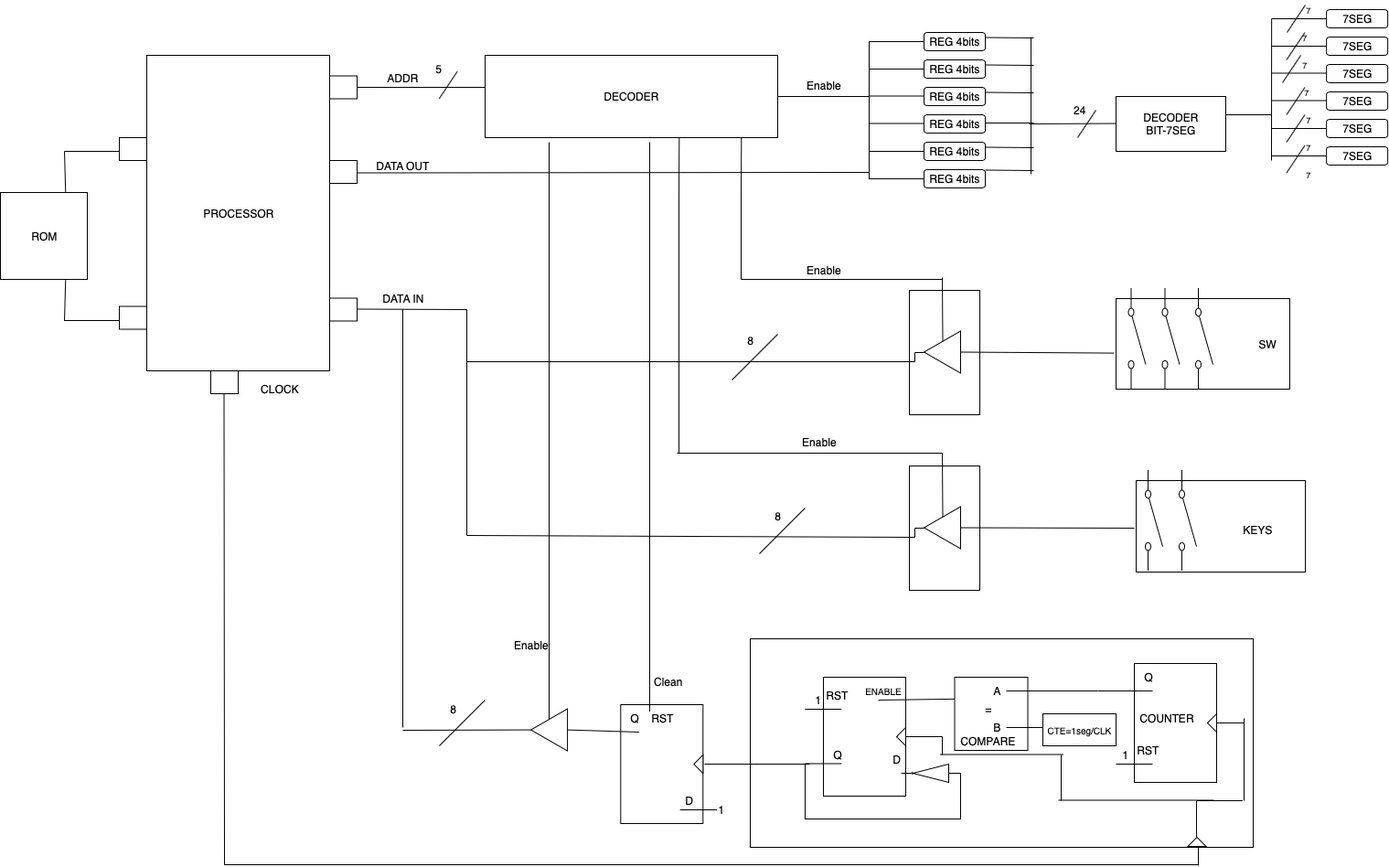
Above: imagens/io.png in decoejz/relogio_FPGA (draw.io), before the change. Source tidied: cells renumbered, new cells last; positions are measured from the earlier drawing's top-left corner, leaving out a move shared by most shapes.
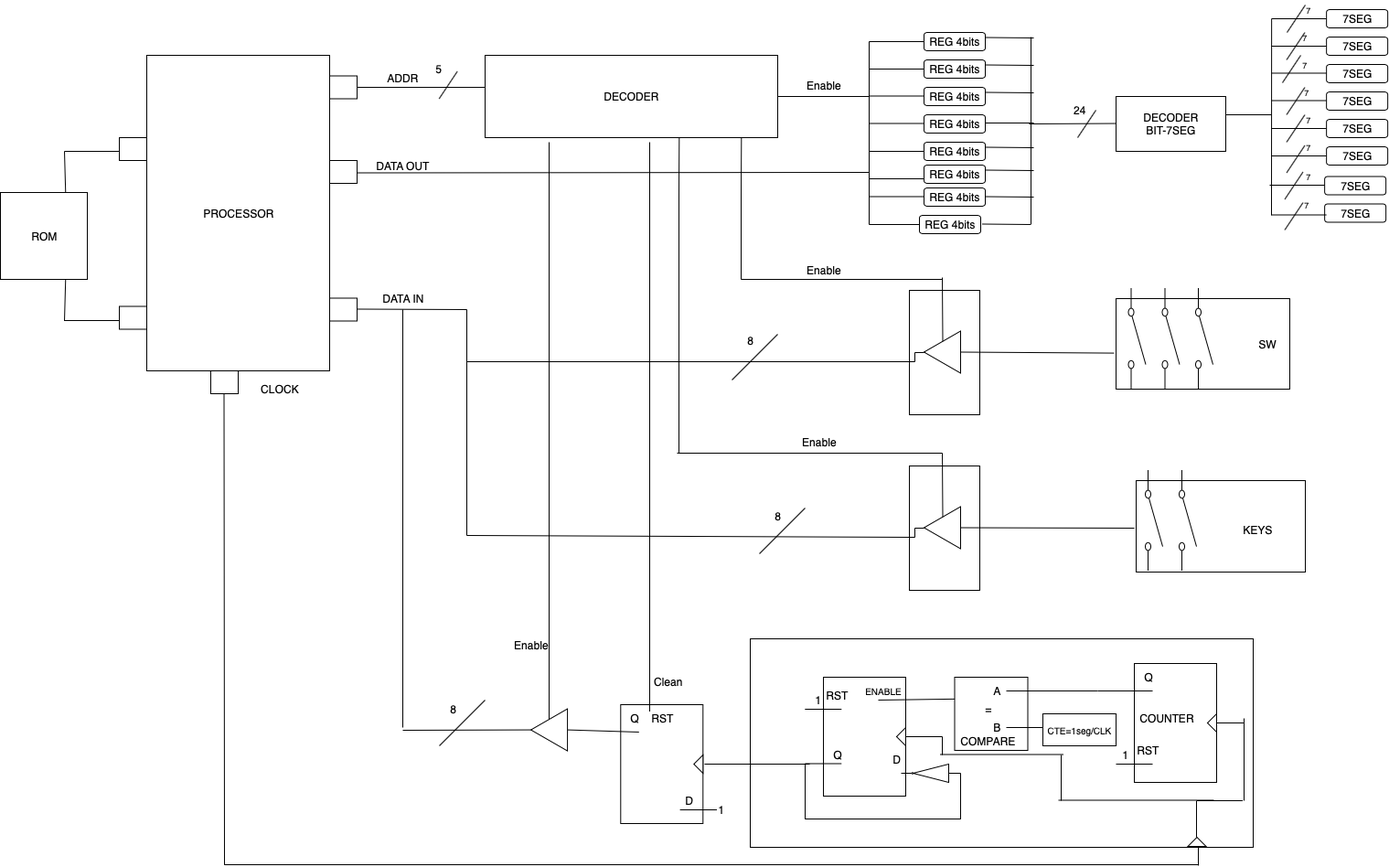
Later version of the same file.

What changed in the source:
```diff
@@ -24,7 +24,7 @@
       <mxGeometry x="1010" y="155" width="67" height="20" as="geometry" />
     </mxCell>
     <mxCell id="9" value="&lt;span style=&quot;white-space: normal&quot;&gt;REG 4bits&lt;/span&gt;" style="rounded=1;whiteSpace=wrap;html=1;fontFamily=Helvetica;" parent="1" vertex="1">
-      <mxGeometry x="1010" y="185" width="67" height="20" as="geometry" />
+      <mxGeometry x="1010" y="180" width="67" height="20" as="geometry" />
     </mxCell>
     <mxCell id="10" style="endArrow=none;html=1;fontFamily=Helvetica;exitX=1;exitY=0.5;exitDx=0;exitDy=0;" parent="1" edge="1" source="3">
       <mxGeometry relative="1" as="geometry">
@@ -33,7 +33,7 @@
     </mxCell>
     <mxCell id="11" style="endArrow=none;html=1;fontFamily=Helvetica;" parent="1" edge="1">
       <mxGeometry relative="1" as="geometry">
-        <mxPoint x="950" y="195.5" as="sourcePoint" />
+        <mxPoint x="950" y="245" as="sourcePoint" />
         <mxPoint x="950" y="45" as="targetPoint" />
       </mxGeometry>
     </mxCell>
@@ -75,7 +75,7 @@
     </mxCell>
     <mxCell id="18" style="endArrow=none;html=1;fontFamily=Helvetica;" parent="1" edge="1">
       <mxGeometry relative="1" as="geometry">
-        <mxPoint x="1127" y="190" as="sourcePoint" />
+        <mxPoint x="1127" y="245" as="sourcePoint" />
         <mxPoint x="1127" y="40" as="targetPoint" />
       </mxGeometry>
     </mxCell>
@@ -150,7 +150,7 @@
     </mxCell>
     <mxCell id="34" style="endArrow=none;html=1;fontFamily=Helvetica;" parent="1" edge="1">
       <mxGeometry relative="1" as="geometry">
-        <mxPoint x="1390" y="175" as="sourcePoint" />
+        <mxPoint x="1390" y="235" as="sourcePoint" />
         <mxPoint x="1390.1" y="20" as="targetPoint" />
       </mxGeometry>
     </mxCell>
@@ -428,9 +428,6 @@
     <mxCell id="93" value="&lt;font style=&quot;font-size: 9px&quot;&gt;7&lt;/font&gt;" style="text;html=1;strokeColor=none;fillColor=none;align=center;verticalAlign=middle;whiteSpace=wrap;rounded=0;fontFamily=Helvetica;" parent="1" vertex="1">
       <mxGeometry x="1410" y="150" width="40" height="20" as="geometry" />
     </mxCell>
-    <mxCell id="94" value="&lt;font style=&quot;font-size: 9px&quot;&gt;7&lt;/font&gt;" style="text;html=1;strokeColor=none;fillColor=none;align=center;verticalAlign=middle;whiteSpace=wrap;rounded=0;fontFamily=Helvetica;" parent="1" vertex="1">
-      <mxGeometry x="1410" y="180" width="40" height="20" as="geometry" />
-    </mxCell>
     <mxCell id="95" style="rounded=0;whiteSpace=wrap;html=1;fontFamily=Helvetica;" parent="1" vertex="1">
       <mxGeometry x="1240" y="725" width="90" height="130" as="geometry" />
     </mxCell>
@@ -775,5 +772,71 @@
     <mxCell id="173" value="Enable" style="text;html=1;strokeColor=none;fillColor=none;align=center;verticalAlign=middle;whiteSpace=wrap;rounded=0;fontFamily=Helvetica;" parent="1" vertex="1">
       <mxGeometry x="880" y="82.5" width="40" height="20" as="geometry" />
     </mxCell>
+    <mxCell id="174" value="&lt;span style=&quot;white-space: normal&quot;&gt;REG 4bits&lt;/span&gt;" style="rounded=1;whiteSpace=wrap;html=1;fontFamily=Helvetica;" parent="1" vertex="1">
+      <mxGeometry x="1010" y="205" width="67" height="20" as="geometry" />
+    </mxCell>
+    <mxCell id="175" value="&lt;span style=&quot;white-space: normal&quot;&gt;REG 4bits&lt;/span&gt;" style="rounded=1;whiteSpace=wrap;html=1;fontFamily=Helvetica;" parent="1" vertex="1">
+      <mxGeometry x="1005" y="235" width="67" height="20" as="geometry" />
+    </mxCell>
+    <mxCell id="176" style="endArrow=none;html=1;fontFamily=Helvetica;" parent="1" edge="1">
+      <mxGeometry relative="1" as="geometry">
+        <mxPoint x="950" y="214.5" as="sourcePoint" />
+        <mxPoint x="1010" y="214.5" as="targetPoint" />
+      </mxGeometry>
+    </mxCell>
+    <mxCell id="177" style="endArrow=none;html=1;fontFamily=Helvetica;" parent="1" edge="1">
+      <mxGeometry relative="1" as="geometry">
+        <mxPoint x="950" y="245" as="sourcePoint" />
+        <mxPoint x="1005" y="245" as="targetPoint" />
+      </mxGeometry>
+    </mxCell>
+    <mxCell id="178" style="endArrow=none;html=1;fontFamily=Helvetica;" parent="1" edge="1">
+      <mxGeometry relative="1" as="geometry">
+        <mxPoint x="1077" y="214.5" as="sourcePoint" />
+        <mxPoint x="1130" y="215" as="targetPoint" />
+      </mxGeometry>
+    </mxCell>
+    <mxCell id="179" style="endArrow=none;html=1;fontFamily=Helvetica;" parent="1" edge="1">
+      <mxGeometry relative="1" as="geometry">
+        <mxPoint x="1073.5" y="244.5" as="sourcePoint" />
+        <mxPoint x="1126.5" y="245" as="targetPoint" />
+      </mxGeometry>
+    </mxCell>
+    <mxCell id="180" value="7SEG" style="rounded=1;whiteSpace=wrap;html=1;fontFamily=Helvetica;" parent="1" vertex="1">
+      <mxGeometry x="1448.1" y="192.5" width="67" height="20" as="geometry" />
+    </mxCell>
+    <mxCell id="181" value="7SEG" style="rounded=1;whiteSpace=wrap;html=1;fontFamily=Helvetica;" parent="1" vertex="1">
+      <mxGeometry x="1448.1" y="222.5" width="67" height="20" as="geometry" />
+    </mxCell>
+    <mxCell id="182" style="endArrow=none;html=1;fontFamily=Helvetica;" parent="1" edge="1">
+      <mxGeometry relative="1" as="geometry">
+        <mxPoint x="1404.5" y="217.5" as="sourcePoint" />
+        <mxPoint x="1424.5" y="187.5" as="targetPoint" />
+      </mxGeometry>
+    </mxCell>
+    <mxCell id="183" style="endArrow=none;html=1;fontFamily=Helvetica;" parent="1" edge="1">
+      <mxGeometry relative="1" as="geometry">
+        <mxPoint x="1404.5" y="251" as="sourcePoint" />
+        <mxPoint x="1424.5" y="221" as="targetPoint" />
+      </mxGeometry>
+    </mxCell>
+    <mxCell id="184" value="&lt;font style=&quot;font-size: 9px&quot;&gt;7&lt;/font&gt;" style="text;html=1;strokeColor=none;fillColor=none;align=center;verticalAlign=middle;whiteSpace=wrap;rounded=0;fontFamily=Helvetica;" parent="1" vertex="1">
+      <mxGeometry x="1408" y="212.5" width="40" height="20" as="geometry" />
+    </mxCell>
+    <mxCell id="185" style="endArrow=none;html=1;fontFamily=Helvetica;edgeStyle=orthogonalEdgeStyle;" parent="1" edge="1">
+      <mxGeometry relative="1" as="geometry">
+        <mxPoint x="1388" y="202" as="sourcePoint" />
+        <mxPoint x="1448.1" y="202" as="targetPoint" />
+      </mxGeometry>
+    </mxCell>
+    <mxCell id="186" style="endArrow=none;html=1;fontFamily=Helvetica;edgeStyle=orthogonalEdgeStyle;" parent="1" edge="1">
+      <mxGeometry relative="1" as="geometry">
+        <mxPoint x="1390" y="234.5" as="sourcePoint" />
+        <mxPoint x="1450.1" y="234.5" as="targetPoint" />
+      </mxGeometry>
+    </mxCell>
+    <mxCell id="187" value="&lt;font style=&quot;font-size: 9px&quot;&gt;7&lt;/font&gt;" style="text;html=1;strokeColor=none;fillColor=none;align=center;verticalAlign=middle;whiteSpace=wrap;rounded=0;fontFamily=Helvetica;" parent="1" vertex="1">
+      <mxGeometry x="1410" y="181.5" width="40" height="20" as="geometry" />
+    </mxCell>
   </root>
 </mxGraphModel>
```
